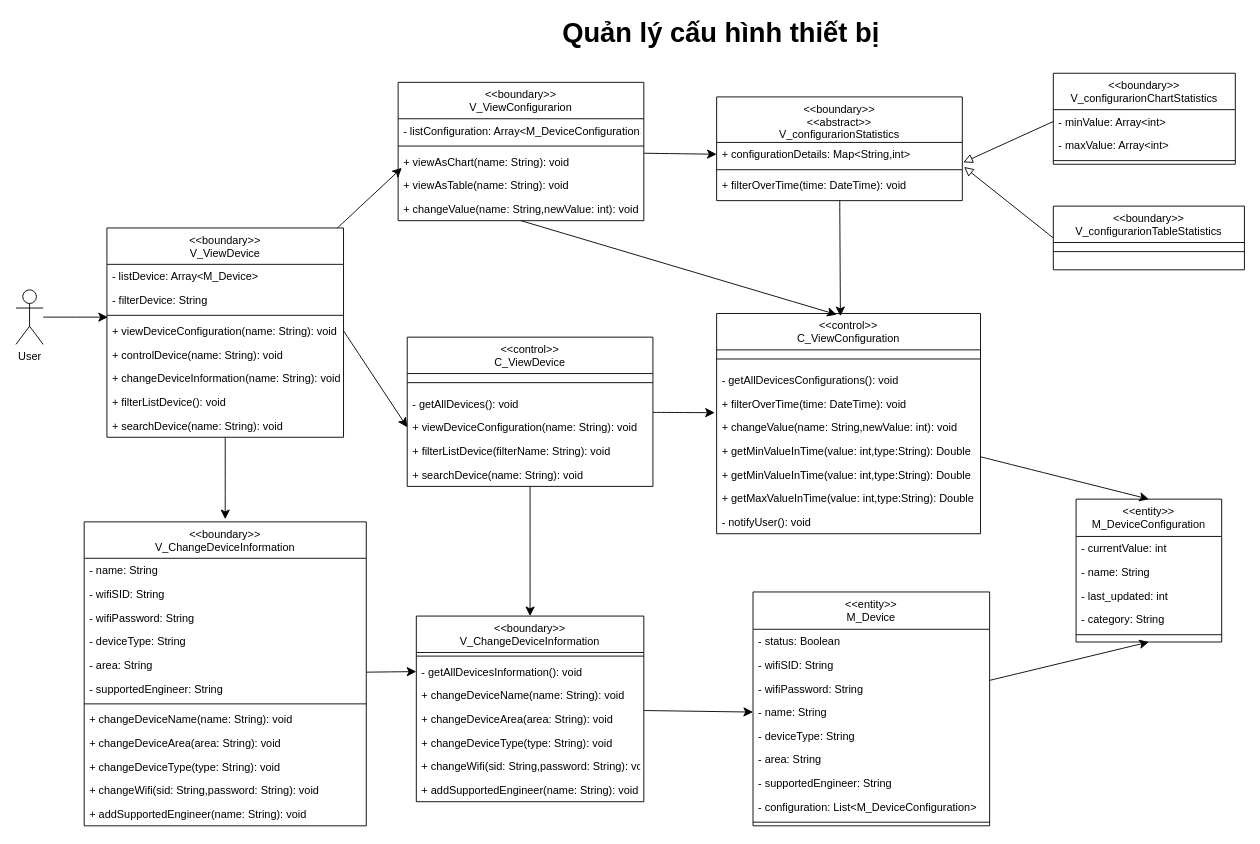
Earlier version of the draw.io diagram Class diagram/device_configuration_management_class.drawio (cuongceg/BTL-IT3120). Source tidied: cells renumbered, new cells numbered last; positions are measured from the earlier drawing's top-left corner, leaving out a move shared by most shapes. Both pictures are drawn from the tidied source at 91%, with x=0, y=0 at pixel (15, 18).
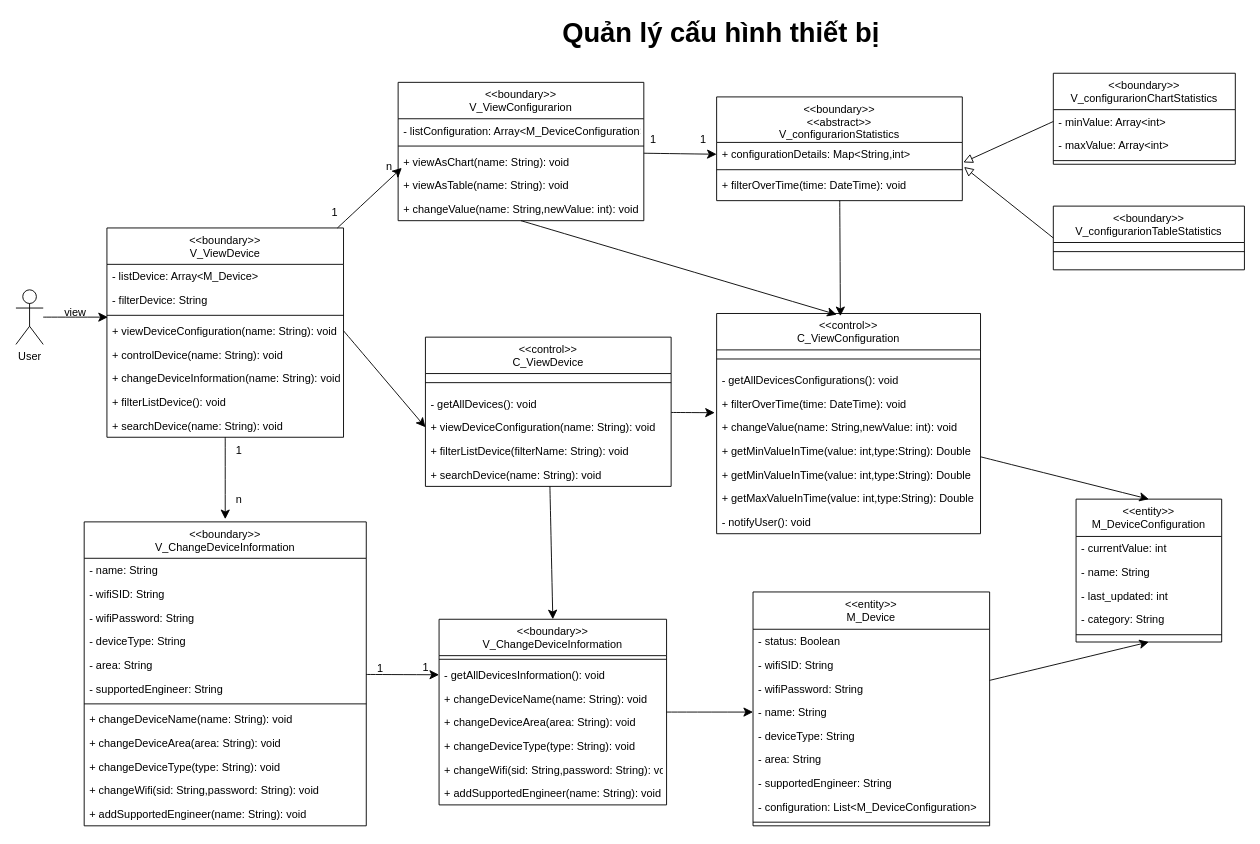
The same diagram, later.

Commit message:
refactor: add relations between classes

Change to the diagram source:
```diff
@@
     <mxCell id="39" value="&lt;&lt;control&gt;&gt;&#10;C_ViewDevice&#10;&#10;" style="swimlane;fontStyle=0;align=center;verticalAlign=top;horizontal=1;startSize=40;rounded=0;shadow=0;strokeWidth=1;" parent="1" vertex="1">
-      <mxGeometry x="430" y="350" width="270" height="164" as="geometry" />
+      <mxGeometry x="450" y="350" width="270" height="164" as="geometry" />
     </mxCell>
@@
     <mxCell id="85" value="&lt;&lt;boundary&gt;&gt;&#10;V_ChangeDeviceInformation&#10;&#10;" style="swimlane;fontStyle=0;align=center;verticalAlign=top;horizontal=1;startSize=40;rounded=0;shadow=0;strokeWidth=1;" parent="1" vertex="1">
-      <mxGeometry x="440" y="656.5" width="250" height="204" as="geometry" />
+      <mxGeometry x="465" y="660" width="250" height="204" as="geometry" />
     </mxCell>
@@
+    <mxCell id="96" value="1" style="text;html=1;align=center;verticalAlign=middle;strokeColor=none;fillColor=none;" parent="1" vertex="1">
+      <mxGeometry x="335" y="198" width="30" height="30" as="geometry" />
+    </mxCell>
+    <mxCell id="97" value="n" style="text;html=1;align=center;verticalAlign=middle;strokeColor=none;fillColor=none;" parent="1" vertex="1">
+      <mxGeometry x="395" y="148" width="30" height="30" as="geometry" />
+    </mxCell>
+    <mxCell id="98" value="1" style="text;html=1;align=center;verticalAlign=middle;strokeColor=none;fillColor=none;" parent="1" vertex="1">
+      <mxGeometry x="685" y="118" width="30" height="30" as="geometry" />
+    </mxCell>
+    <mxCell id="99" value="1" style="text;html=1;align=center;verticalAlign=middle;strokeColor=none;fillColor=none;" parent="1" vertex="1">
+      <mxGeometry x="740" y="118" width="30" height="30" as="geometry" />
+    </mxCell>
+    <mxCell id="100" value="view" style="text;html=1;align=center;verticalAlign=middle;strokeColor=none;fillColor=none;" parent="1" vertex="1">
+      <mxGeometry x="40" y="308" width="50" height="30" as="geometry" />
+    </mxCell>
+    <mxCell id="101" value="1" style="text;html=1;align=center;verticalAlign=middle;strokeColor=none;fillColor=none;" parent="1" vertex="1">
+      <mxGeometry x="230" y="460" width="30" height="30" as="geometry" />
+    </mxCell>
+    <mxCell id="102" value="n" style="text;html=1;align=center;verticalAlign=middle;strokeColor=none;fillColor=none;" parent="1" vertex="1">
+      <mxGeometry x="230" y="514" width="30" height="30" as="geometry" />
+    </mxCell>
+    <mxCell id="103" value="1" style="text;html=1;align=center;verticalAlign=middle;strokeColor=none;fillColor=none;" parent="1" vertex="1">
+      <mxGeometry x="385" y="700" width="30" height="30" as="geometry" />
+    </mxCell>
+    <mxCell id="104" value="1" style="text;html=1;align=center;verticalAlign=middle;strokeColor=none;fillColor=none;" parent="1" vertex="1">
+      <mxGeometry x="435" y="698" width="30" height="30" as="geometry" />
+    </mxCell>
```
